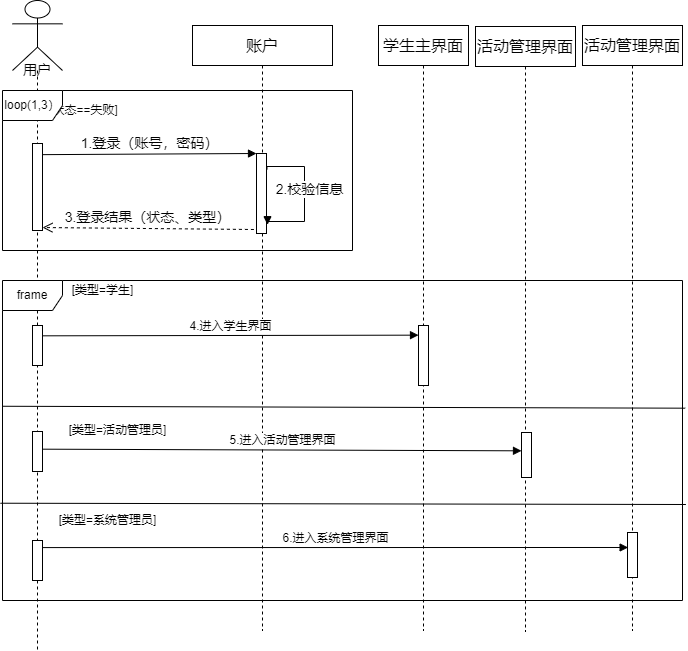
This is 顺序图.drawio.png from xs1317/Student-affair, a draw.io export, as it was before one commit. Source tidied: cells renumbered, new cells last; positions are measured from the earlier drawing's top-left corner, leaving out a move shared by most shapes. The source it was exported from:
```xml
<mxGraphModel>
  <root>
    <mxCell id="0" />
    <mxCell id="1" parent="0" />
    <mxCell id="2" value="用户" style="shape=umlLifeline;participant=umlActor;perimeter=lifelinePerimeter;whiteSpace=wrap;html=1;verticalAlign=top;spacingTop=55;size=70;fontSize=14;" parent="1" vertex="1">
      <mxGeometry x="10" width="50" height="650" as="geometry" />
    </mxCell>
    <mxCell id="3" style="html=1;points=[];perimeter=orthogonalPerimeter;strokeWidth=1;" parent="2" vertex="1">
      <mxGeometry x="20" y="143" width="10" height="87" as="geometry" />
    </mxCell>
    <mxCell id="4" value="账户" style="shape=umlLifeline;perimeter=lifelinePerimeter;whiteSpace=wrap;html=1;fontSize=16;" parent="1" vertex="1">
      <mxGeometry x="190" y="25" width="140" height="605" as="geometry" />
    </mxCell>
    <mxCell id="5" style="html=1;points=[];perimeter=orthogonalPerimeter;strokeWidth=1;" parent="4" vertex="1">
      <mxGeometry x="64" y="128" width="10" height="80" as="geometry" />
    </mxCell>
    <mxCell id="6" value="2.校验信息" style="html=1;verticalAlign=bottom;endArrow=block;rounded=0;edgeStyle=orthogonalEdgeStyle;entryX=1.1;entryY=0.89;entryDx=0;entryDy=0;entryPerimeter=0;fontSize=14;exitX=1.049;exitY=0.198;exitDx=0;exitDy=0;exitPerimeter=0;" parent="4" edge="1" source="5" target="5">
      <mxGeometry x="0.09" y="5" relative="1" as="geometry">
        <Array as="points">
          <mxPoint x="112" y="141" />
          <mxPoint x="112" y="196" />
        </Array>
      </mxGeometry>
    </mxCell>
    <mxCell id="7" value="[状态==失败]" style="text;html=1;align=center;verticalAlign=middle;strokeColor=none;fillColor=none;fontSize=12;" parent="4" vertex="1">
      <mxGeometry x="-149" y="75" width="80" height="20" as="geometry" />
    </mxCell>
    <mxCell id="8" value="1.登录（账号，密码）" style="html=1;verticalAlign=bottom;endArrow=block;entryX=0;entryY=0;rounded=0;exitX=1;exitY=0.128;exitDx=0;exitDy=0;exitPerimeter=0;fontSize=14;" parent="1" edge="1" source="3" target="5">
      <mxGeometry relative="1" as="geometry" />
    </mxCell>
    <mxCell id="9" value="3.登录结果（状态、类型）" style="html=1;verticalAlign=bottom;endArrow=open;dashed=1;endSize=8;rounded=0;fontSize=14;exitX=-0.26;exitY=0.95;exitDx=0;exitDy=0;exitPerimeter=0;entryX=1;entryY=0.966;entryDx=0;entryDy=0;entryPerimeter=0;" parent="1" edge="1" source="5" target="3">
      <mxGeometry relative="1" as="geometry" />
    </mxCell>
    <mxCell id="10" value="frame" style="shape=umlFrame;whiteSpace=wrap;html=1;fontSize=12;strokeWidth=1;" parent="1" vertex="1">
      <mxGeometry y="280" width="680" height="320" as="geometry" />
    </mxCell>
    <mxCell id="11" style="endArrow=none;html=1;rounded=0;fontSize=12;exitX=0;exitY=0.444;exitDx=0;exitDy=0;exitPerimeter=0;entryX=1.004;entryY=0.399;entryDx=0;entryDy=0;entryPerimeter=0;" parent="1" edge="1" target="10">
      <mxGeometry relative="1" as="geometry">
        <mxPoint y="405.8" as="sourcePoint" />
      </mxGeometry>
    </mxCell>
    <mxCell id="12" value="[类型=学生]" style="text;html=1;align=center;verticalAlign=middle;strokeColor=none;fillColor=none;fontSize=12;" parent="1" vertex="1">
      <mxGeometry x="60" y="280" width="80" height="20" as="geometry" />
    </mxCell>
    <mxCell id="13" value="[类型=活动管理员]" style="text;html=1;align=center;verticalAlign=middle;strokeColor=none;fillColor=none;fontSize=12;" parent="1" vertex="1">
      <mxGeometry x="60" y="420" width="110" height="20" as="geometry" />
    </mxCell>
    <mxCell id="14" style="html=1;points=[];perimeter=orthogonalPerimeter;fontSize=12;strokeWidth=1;" parent="1" vertex="1">
      <mxGeometry x="30" y="325" width="10" height="40" as="geometry" />
    </mxCell>
    <mxCell id="15" value="4.进入学生界面" style="html=1;verticalAlign=bottom;endArrow=block;rounded=0;fontSize=12;exitX=1;exitY=0.258;exitDx=0;exitDy=0;exitPerimeter=0;entryX=0;entryY=0.161;entryDx=0;entryDy=0;entryPerimeter=0;" parent="1" edge="1" source="14" target="17">
      <mxGeometry relative="1" as="geometry" />
    </mxCell>
    <mxCell id="16" value="学生主界面" style="shape=umlLifeline;perimeter=lifelinePerimeter;whiteSpace=wrap;html=1;fontSize=16;strokeWidth=1;" parent="1" vertex="1">
      <mxGeometry x="376" y="25" width="90" height="605" as="geometry" />
    </mxCell>
    <mxCell id="17" style="html=1;points=[];perimeter=orthogonalPerimeter;fontSize=16;strokeWidth=1;" parent="16" vertex="1">
      <mxGeometry x="40" y="300" width="10" height="60" as="geometry" />
    </mxCell>
    <mxCell id="18" value="活动管理界面" style="shape=umlLifeline;perimeter=lifelinePerimeter;whiteSpace=wrap;html=1;fontSize=16;strokeWidth=1;" parent="1" vertex="1">
      <mxGeometry x="473" y="26" width="100" height="605" as="geometry" />
    </mxCell>
    <mxCell id="19" style="html=1;points=[];perimeter=orthogonalPerimeter;fontSize=16;strokeWidth=1;" parent="18" vertex="1">
      <mxGeometry x="46" y="406" width="10" height="45" as="geometry" />
    </mxCell>
    <mxCell id="20" style="html=1;points=[];perimeter=orthogonalPerimeter;fontSize=12;strokeWidth=1;" parent="1" vertex="1">
      <mxGeometry x="30" y="431" width="10" height="40" as="geometry" />
    </mxCell>
    <mxCell id="21" style="endArrow=none;html=1;rounded=0;fontSize=12;exitX=-0.003;exitY=0.696;exitDx=0;exitDy=0;exitPerimeter=0;entryX=1.005;entryY=0.7;entryDx=0;entryDy=0;entryPerimeter=0;" parent="1" edge="1" source="10" target="10">
      <mxGeometry relative="1" as="geometry" />
    </mxCell>
    <mxCell id="22" value="5.进入活动管理界面" style="html=1;verticalAlign=bottom;endArrow=block;rounded=0;fontSize=12;exitX=1;exitY=0.442;exitDx=0;exitDy=0;exitPerimeter=0;entryX=0;entryY=0.407;entryDx=0;entryDy=0;entryPerimeter=0;" parent="1" edge="1" source="20" target="19">
      <mxGeometry relative="1" as="geometry" />
    </mxCell>
    <mxCell id="23" value="loop(1,3）" style="shape=umlFrame;whiteSpace=wrap;html=1;fontSize=12;strokeWidth=1;" parent="1" vertex="1">
      <mxGeometry y="90" width="350" height="160" as="geometry" />
    </mxCell>
    <mxCell id="24" value="活动管理界面" style="shape=umlLifeline;perimeter=lifelinePerimeter;whiteSpace=wrap;html=1;fontSize=16;strokeWidth=1;" parent="1" vertex="1">
      <mxGeometry x="580" y="25" width="100" height="605" as="geometry" />
    </mxCell>
    <mxCell id="25" style="html=1;points=[];perimeter=orthogonalPerimeter;fontSize=16;strokeWidth=1;" parent="24" vertex="1">
      <mxGeometry x="45" y="507" width="10" height="45" as="geometry" />
    </mxCell>
    <mxCell id="26" style="html=1;points=[];perimeter=orthogonalPerimeter;fontSize=12;strokeWidth=1;" parent="1" vertex="1">
      <mxGeometry x="30" y="540" width="10" height="40" as="geometry" />
    </mxCell>
    <mxCell id="27" value="[类型=系统管理员]" style="text;html=1;align=center;verticalAlign=middle;strokeColor=none;fillColor=none;fontSize=12;" parent="1" vertex="1">
      <mxGeometry x="50" y="510" width="110" height="20" as="geometry" />
    </mxCell>
    <mxCell id="28" value="6.进入系统管理界面" style="html=1;verticalAlign=bottom;endArrow=block;rounded=0;fontSize=12;exitX=1.004;exitY=0.177;exitDx=0;exitDy=0;exitPerimeter=0;entryX=0.062;entryY=0.333;entryDx=0;entryDy=0;entryPerimeter=0;" parent="1" edge="1" source="26" target="25">
      <mxGeometry relative="1" as="geometry" />
    </mxCell>
  </root>
</mxGraphModel>
```
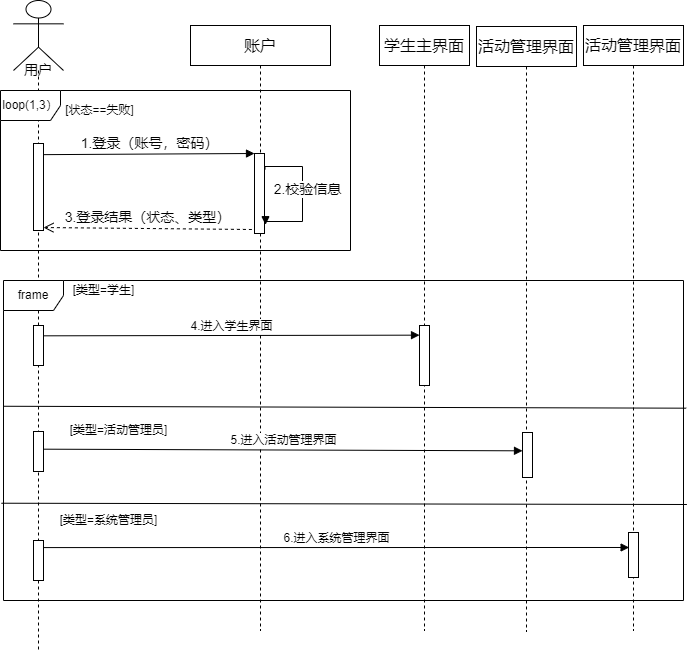
Above is the later version.

Commit message:
登录顺序图.drawio.png

What changed in the source:
```diff
@@ -9,7 +9,7 @@
       <mxGeometry x="20" y="143" width="10" height="87" as="geometry" />
     </mxCell>
     <mxCell id="4" value="账户" style="shape=umlLifeline;perimeter=lifelinePerimeter;whiteSpace=wrap;html=1;fontSize=16;" parent="1" vertex="1">
-      <mxGeometry x="190" y="25" width="140" height="605" as="geometry" />
+      <mxGeometry x="187" y="25" width="140" height="605" as="geometry" />
     </mxCell>
     <mxCell id="5" style="html=1;points=[];perimeter=orthogonalPerimeter;strokeWidth=1;" parent="4" vertex="1">
       <mxGeometry x="64" y="128" width="10" height="80" as="geometry" />
@@ -23,8 +23,11 @@
       </mxGeometry>
     </mxCell>
     <mxCell id="7" value="[状态==失败]" style="text;html=1;align=center;verticalAlign=middle;strokeColor=none;fillColor=none;fontSize=12;" parent="4" vertex="1">
-      <mxGeometry x="-149" y="75" width="80" height="20" as="geometry" />
+      <mxGeometry x="-131" y="75" width="80" height="20" as="geometry" />
     </mxCell>
+    <mxCell id="23" value="loop(1,3）" style="shape=umlFrame;whiteSpace=wrap;html=1;fontSize=12;strokeWidth=1;" parent="4" vertex="1">
+      <mxGeometry x="-190" y="65" width="350" height="160" as="geometry" />
+    </mxCell>
     <mxCell id="8" value="1.登录（账号，密码）" style="html=1;verticalAlign=bottom;endArrow=block;entryX=0;entryY=0;rounded=0;exitX=1;exitY=0.128;exitDx=0;exitDy=0;exitPerimeter=0;fontSize=14;" parent="1" edge="1" source="3" target="5">
       <mxGeometry relative="1" as="geometry" />
     </mxCell>
@@ -72,9 +75,6 @@
     <mxCell id="22" value="5.进入活动管理界面" style="html=1;verticalAlign=bottom;endArrow=block;rounded=0;fontSize=12;exitX=1;exitY=0.442;exitDx=0;exitDy=0;exitPerimeter=0;entryX=0;entryY=0.407;entryDx=0;entryDy=0;entryPerimeter=0;" parent="1" edge="1" source="20" target="19">
       <mxGeometry relative="1" as="geometry" />
     </mxCell>
-    <mxCell id="23" value="loop(1,3）" style="shape=umlFrame;whiteSpace=wrap;html=1;fontSize=12;strokeWidth=1;" parent="1" vertex="1">
-      <mxGeometry y="90" width="350" height="160" as="geometry" />
-    </mxCell>
     <mxCell id="24" value="活动管理界面" style="shape=umlLifeline;perimeter=lifelinePerimeter;whiteSpace=wrap;html=1;fontSize=16;strokeWidth=1;" parent="1" vertex="1">
       <mxGeometry x="580" y="25" width="100" height="605" as="geometry" />
     </mxCell>
```
